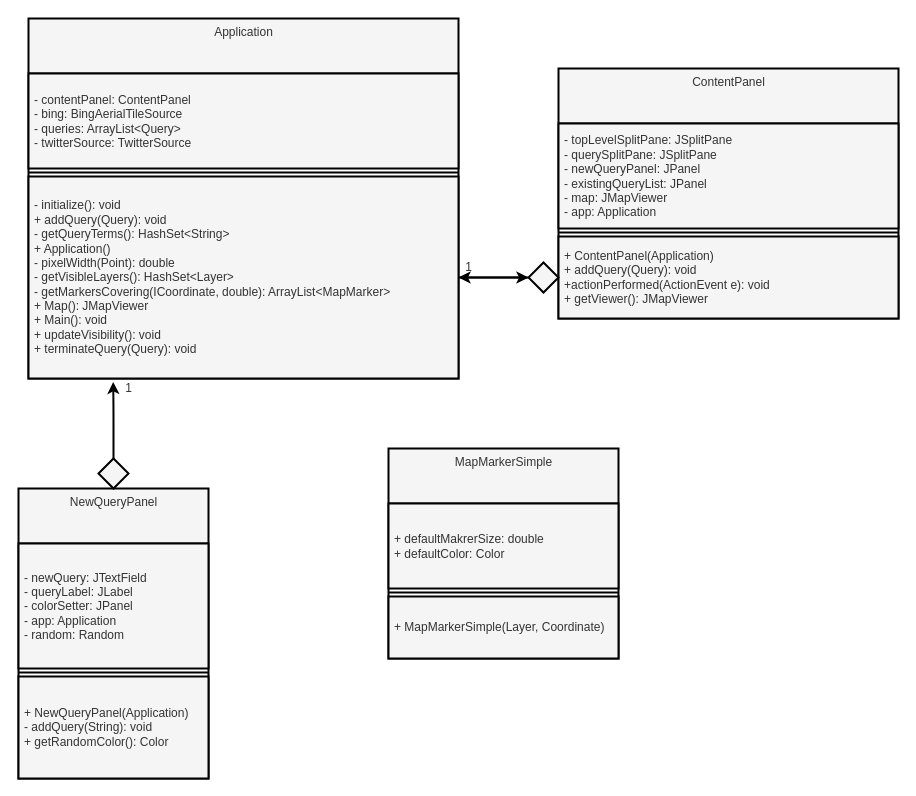
esolty/final-project-starter keeps this draw.io diagram as TwitterMapperStarter/uml/UI.drawio. Above is the earlier version. Source tidied: cells renumbered, new cells numbered last; positions are measured from the earlier drawing's top-left corner, leaving out a move shared by most shapes. Both pictures are drawn from the tidied source at 100%, with x=0, y=0 at pixel (18, 18).
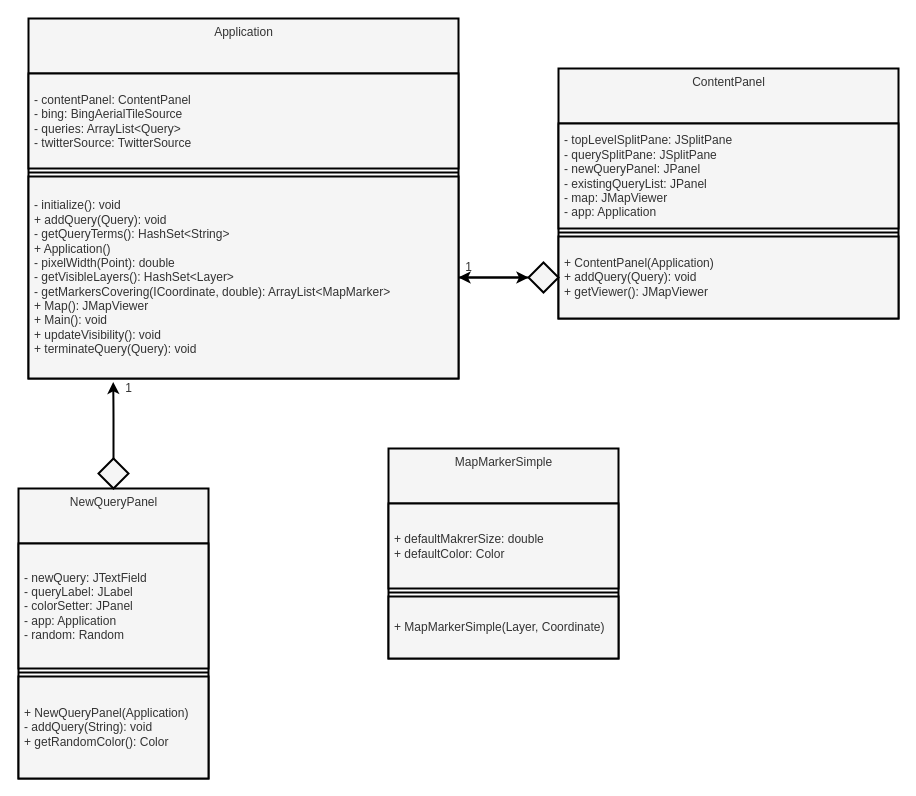
Above is the later version.

The change refers to these unchanged cells:
```xml
<mxCell id="6" value="ContentPanel" style="swimlane;fontStyle=0;align=center;verticalAlign=top;horizontal=1;startSize=55;html=1;strokeColor=#000000;labelBackgroundColor=none;fillColor=#f5f5f5;fontColor=#333333;strokeWidth=2;" parent="1" vertex="1">
  <mxGeometry x="540" y="50" width="340" height="250" as="geometry" />
</mxCell>
```

What changed in the source:
```diff
@@
-    <mxCell id="9" value="+ ContentPanel(Application)&lt;br&gt;+ addQuery(Query): void&lt;br&gt;+actionPerformed(ActionEvent e): void&lt;br&gt;+ getViewer(): JMapViewer" style="text;html=1;strokeColor=#000000;fillColor=#f5f5f5;align=left;verticalAlign=middle;spacingLeft=4;spacingRight=4;overflow=hidden;points=[[0,0.5],[1,0.5]];portConstraint=eastwest;labelBackgroundColor=none;fontColor=#333333;strokeWidth=2;" parent="6" vertex="1">
+    <mxCell id="9" value="+ ContentPanel(Application)&lt;br&gt;+ addQuery(Query): void&lt;br&gt;+ getViewer(): JMapViewer" style="text;html=1;strokeColor=#000000;fillColor=#f5f5f5;align=left;verticalAlign=middle;spacingLeft=4;spacingRight=4;overflow=hidden;points=[[0,0.5],[1,0.5]];portConstraint=eastwest;labelBackgroundColor=none;fontColor=#333333;strokeWidth=2;" parent="6" vertex="1">
       <mxGeometry y="168" width="340" height="82" as="geometry" />
     </mxCell>
```
